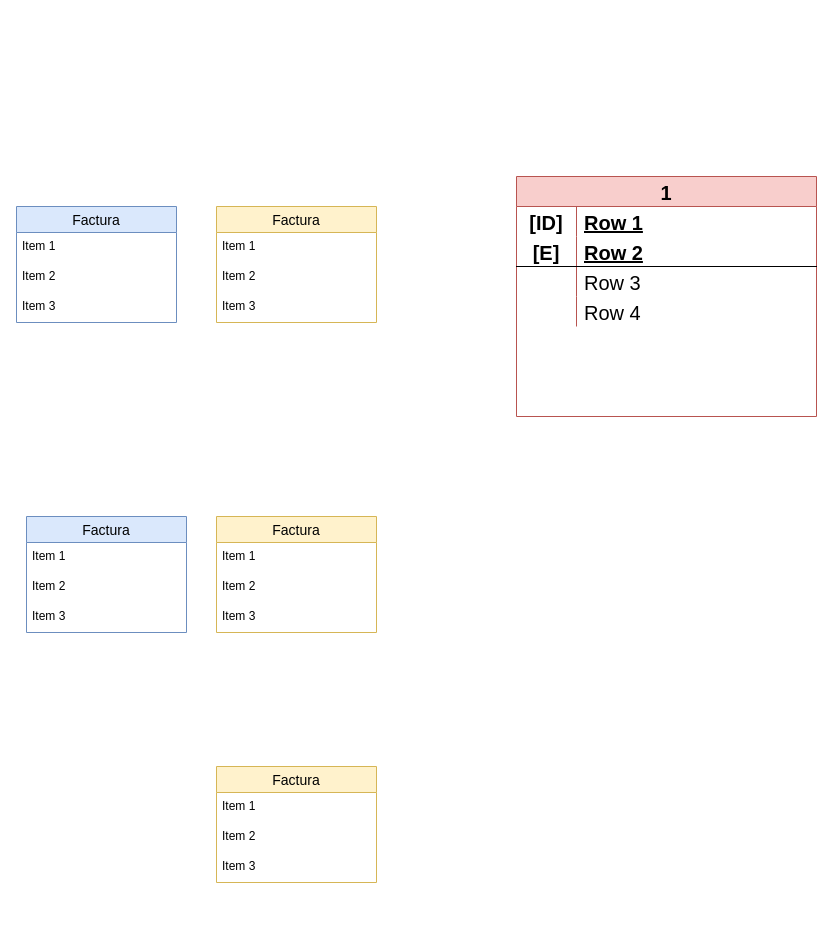
Earlier version of the draw.io diagram page "Modelo de dominio" (2 of 3) of DDD Models/reto_burgerRestaurant.drawio (fabrikolof/reto_burgerRestaurant). Source tidied: cells renumbered, new cells numbered last; positions are measured from the earlier drawing's top-left corner, leaving out a move shared by most shapes. Both pictures are drawn from the tidied source at 100%, with x=0, y=0 at pixel (16, 176).
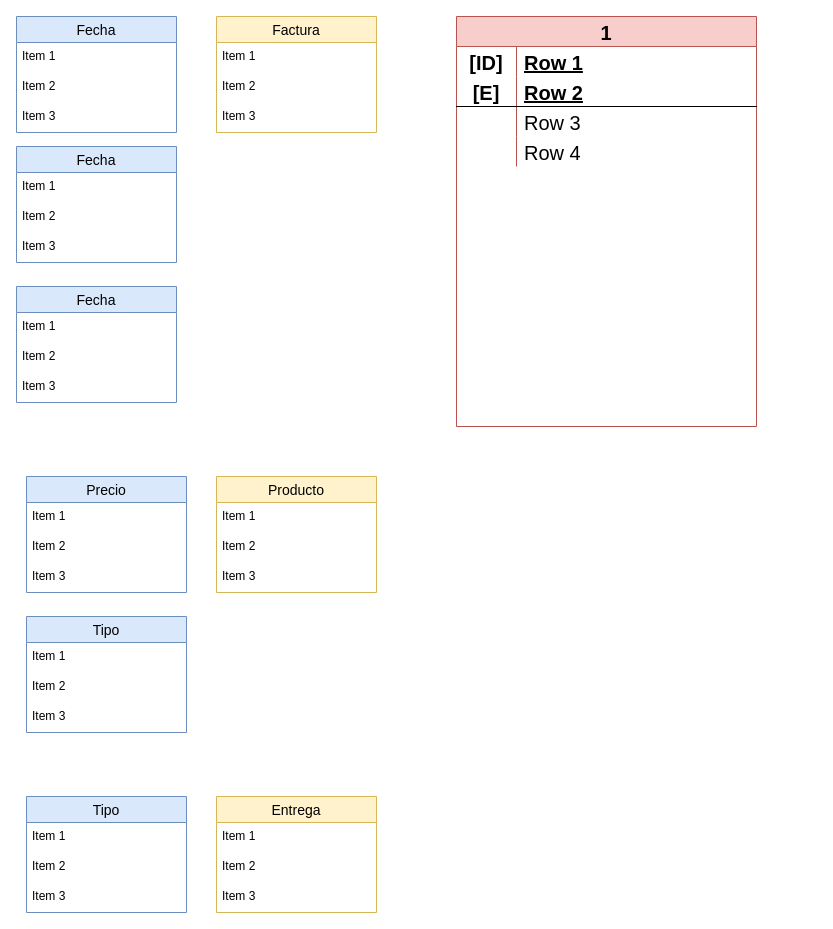
The same page after the edit.

Change to the diagram source:
```diff
@@
     <mxCell id="2" value="1" style="shape=table;startSize=30;childLayout=tableLayout;rowLines=0;fontStyle=1;align=center;fontSize=20;fillColor=#f8cecc;strokeColor=#b85450;" parent="1" vertex="1">
-      <mxGeometry x="500" width="300" height="240" as="geometry" />
+      <mxGeometry x="440" y="-160" width="300" height="410" as="geometry" />
     </mxCell>
@@
     <mxCell id="15" value="Factura" style="swimlane;fontStyle=0;horizontal=1;startSize=26;align=center;fontSize=14;fillColor=#fff2cc;strokeColor=#d6b656;" parent="1" vertex="1">
-      <mxGeometry x="200" y="30" width="160" height="116" as="geometry" />
+      <mxGeometry x="200" y="-160" width="160" height="116" as="geometry" />
     </mxCell>
@@
-    <mxCell id="19" value="Factura" style="swimlane;fontStyle=0;horizontal=1;startSize=26;align=center;fontSize=14;fillColor=#dae8fc;strokeColor=#6c8ebf;" parent="1" vertex="1">
-      <mxGeometry y="30" width="160" height="116" as="geometry" />
+    <mxCell id="19" value="Fecha" style="swimlane;fontStyle=0;horizontal=1;startSize=26;align=center;fontSize=14;fillColor=#dae8fc;strokeColor=#6c8ebf;" parent="1" vertex="1">
+      <mxGeometry y="-160" width="160" height="116" as="geometry" />
     </mxCell>
@@
-    <mxCell id="23" value="Factura" style="swimlane;fontStyle=0;horizontal=1;startSize=26;align=center;fontSize=14;fillColor=#fff2cc;strokeColor=#d6b656;" parent="1" vertex="1">
-      <mxGeometry x="200" y="340" width="160" height="116" as="geometry" />
+    <mxCell id="23" value="Producto" style="swimlane;fontStyle=0;horizontal=1;startSize=26;align=center;fontSize=14;fillColor=#fff2cc;strokeColor=#d6b656;" parent="1" vertex="1">
+      <mxGeometry x="200" y="300" width="160" height="116" as="geometry" />
     </mxCell>
@@
-    <mxCell id="27" value="Factura" style="swimlane;fontStyle=0;horizontal=1;startSize=26;align=center;fontSize=14;fillColor=#fff2cc;strokeColor=#d6b656;" parent="1" vertex="1">
-      <mxGeometry x="200" y="590" width="160" height="116" as="geometry" />
+    <mxCell id="27" value="Entrega" style="swimlane;fontStyle=0;horizontal=1;startSize=26;align=center;fontSize=14;fillColor=#fff2cc;strokeColor=#d6b656;" parent="1" vertex="1">
+      <mxGeometry x="200" y="620" width="160" height="116" as="geometry" />
     </mxCell>
@@
-    <mxCell id="31" value="Factura" style="swimlane;fontStyle=0;horizontal=1;startSize=26;align=center;fontSize=14;fillColor=#dae8fc;strokeColor=#6c8ebf;" parent="1" vertex="1">
-      <mxGeometry x="10" y="340" width="160" height="116" as="geometry" />
+    <mxCell id="31" value="Precio" style="swimlane;fontStyle=0;horizontal=1;startSize=26;align=center;fontSize=14;fillColor=#dae8fc;strokeColor=#6c8ebf;" parent="1" vertex="1">
+      <mxGeometry x="10" y="300" width="160" height="116" as="geometry" />
     </mxCell>
@@
+    <mxCell id="35" value="Tipo" style="swimlane;fontStyle=0;horizontal=1;startSize=26;align=center;fontSize=14;fillColor=#dae8fc;strokeColor=#6c8ebf;" parent="1" vertex="1">
+      <mxGeometry x="10" y="620" width="160" height="116" as="geometry" />
+    </mxCell>
+    <mxCell id="36" value="Item 1" style="text;strokeColor=none;fillColor=none;spacingLeft=4;spacingRight=4;overflow=hidden;fontSize=12;" parent="35" vertex="1">
+      <mxGeometry y="26" width="160" height="30" as="geometry" />
+    </mxCell>
+    <mxCell id="37" value="Item 2" style="text;strokeColor=none;fillColor=none;spacingLeft=4;spacingRight=4;overflow=hidden;fontSize=12;" parent="35" vertex="1">
+      <mxGeometry y="56" width="160" height="30" as="geometry" />
+    </mxCell>
+    <mxCell id="38" value="Item 3" style="text;strokeColor=none;fillColor=none;spacingLeft=4;spacingRight=4;overflow=hidden;fontSize=12;" parent="35" vertex="1">
+      <mxGeometry y="86" width="160" height="30" as="geometry" />
+    </mxCell>
+    <mxCell id="39" value="Fecha" style="swimlane;fontStyle=0;horizontal=1;startSize=26;align=center;fontSize=14;fillColor=#dae8fc;strokeColor=#6c8ebf;" parent="1" vertex="1">
+      <mxGeometry y="-30" width="160" height="116" as="geometry" />
+    </mxCell>
+    <mxCell id="40" value="Item 1" style="text;strokeColor=none;fillColor=none;spacingLeft=4;spacingRight=4;overflow=hidden;fontSize=12;" parent="39" vertex="1">
+      <mxGeometry y="26" width="160" height="30" as="geometry" />
+    </mxCell>
+    <mxCell id="41" value="Item 2" style="text;strokeColor=none;fillColor=none;spacingLeft=4;spacingRight=4;overflow=hidden;fontSize=12;" parent="39" vertex="1">
+      <mxGeometry y="56" width="160" height="30" as="geometry" />
+    </mxCell>
+    <mxCell id="42" value="Item 3" style="text;strokeColor=none;fillColor=none;spacingLeft=4;spacingRight=4;overflow=hidden;fontSize=12;" parent="39" vertex="1">
+      <mxGeometry y="86" width="160" height="30" as="geometry" />
+    </mxCell>
+    <mxCell id="43" value="Fecha" style="swimlane;fontStyle=0;horizontal=1;startSize=26;align=center;fontSize=14;fillColor=#dae8fc;strokeColor=#6c8ebf;" parent="1" vertex="1">
+      <mxGeometry y="110" width="160" height="116" as="geometry" />
+    </mxCell>
+    <mxCell id="44" value="Item 1" style="text;strokeColor=none;fillColor=none;spacingLeft=4;spacingRight=4;overflow=hidden;fontSize=12;" parent="43" vertex="1">
+      <mxGeometry y="26" width="160" height="30" as="geometry" />
+    </mxCell>
+    <mxCell id="45" value="Item 2" style="text;strokeColor=none;fillColor=none;spacingLeft=4;spacingRight=4;overflow=hidden;fontSize=12;" parent="43" vertex="1">
+      <mxGeometry y="56" width="160" height="30" as="geometry" />
+    </mxCell>
+    <mxCell id="46" value="Item 3" style="text;strokeColor=none;fillColor=none;spacingLeft=4;spacingRight=4;overflow=hidden;fontSize=12;" parent="43" vertex="1">
+      <mxGeometry y="86" width="160" height="30" as="geometry" />
+    </mxCell>
+    <mxCell id="47" value="Tipo" style="swimlane;fontStyle=0;horizontal=1;startSize=26;align=center;fontSize=14;fillColor=#dae8fc;strokeColor=#6c8ebf;" parent="1" vertex="1">
+      <mxGeometry x="10" y="440" width="160" height="116" as="geometry" />
+    </mxCell>
+    <mxCell id="48" value="Item 1" style="text;strokeColor=none;fillColor=none;spacingLeft=4;spacingRight=4;overflow=hidden;fontSize=12;" parent="47" vertex="1">
+      <mxGeometry y="26" width="160" height="30" as="geometry" />
+    </mxCell>
+    <mxCell id="49" value="Item 2" style="text;strokeColor=none;fillColor=none;spacingLeft=4;spacingRight=4;overflow=hidden;fontSize=12;" parent="47" vertex="1">
+      <mxGeometry y="56" width="160" height="30" as="geometry" />
+    </mxCell>
+    <mxCell id="50" value="Item 3" style="text;strokeColor=none;fillColor=none;spacingLeft=4;spacingRight=4;overflow=hidden;fontSize=12;" parent="47" vertex="1">
+      <mxGeometry y="86" width="160" height="30" as="geometry" />
+    </mxCell>
```
